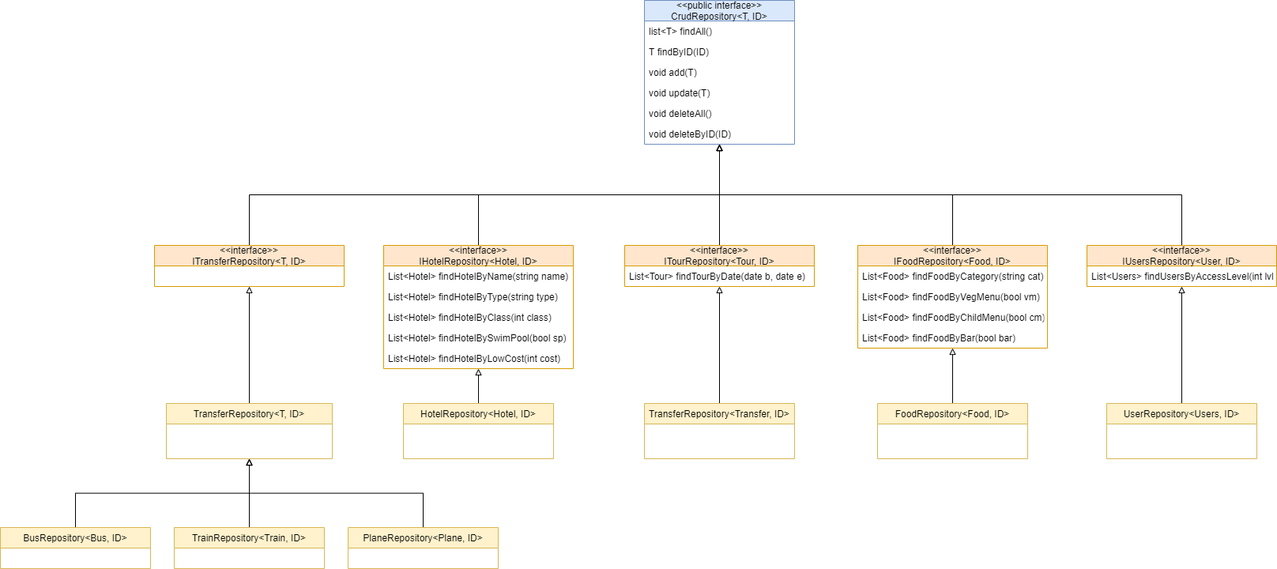
This is lab1/schemas/UML_DB.png from platosha-git/PPO, a draw.io export, as it was before one commit. Source tidied: cells renumbered, new cells last; positions are measured from the earlier drawing's top-left corner, leaving out a move shared by most shapes.
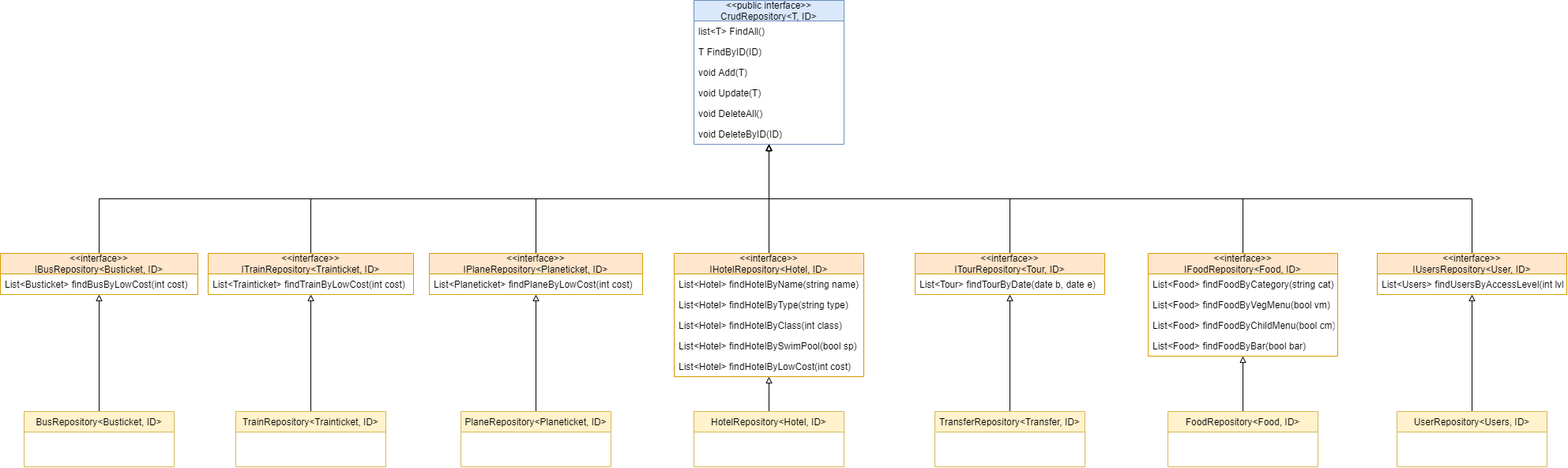
Later version of the same file.

Diff of the diagram source:
```diff
@@ -3,24 +3,24 @@
     <mxCell id="0" />
     <mxCell id="1" parent="0" />
     <mxCell id="2" value="&lt;&lt;public interface&gt;&gt;&#10;CrudRepository&lt;T, ID&gt;" style="swimlane;fontStyle=0;horizontal=1;startSize=26;fillColor=#dae8fc;strokeColor=#6c8ebf;" parent="1" vertex="1">
-      <mxGeometry x="815" width="190" height="182" as="geometry" />
+      <mxGeometry x="510" y="-10" width="190" height="182" as="geometry" />
     </mxCell>
-    <mxCell id="3" value="list&lt;T&gt; findAll()" style="text;strokeColor=none;fillColor=none;align=left;verticalAlign=top;spacingLeft=4;spacingRight=4;overflow=hidden;" parent="2" vertex="1">
+    <mxCell id="3" value="list&lt;T&gt; FindAll()" style="text;strokeColor=none;fillColor=none;align=left;verticalAlign=top;spacingLeft=4;spacingRight=4;overflow=hidden;" parent="2" vertex="1">
       <mxGeometry y="26" width="190" height="26" as="geometry" />
     </mxCell>
-    <mxCell id="4" value="T findByID(ID)" style="text;strokeColor=none;fillColor=none;align=left;verticalAlign=top;spacingLeft=4;spacingRight=4;overflow=hidden;" parent="2" vertex="1">
+    <mxCell id="4" value="T FindByID(ID)" style="text;strokeColor=none;fillColor=none;align=left;verticalAlign=top;spacingLeft=4;spacingRight=4;overflow=hidden;" parent="2" vertex="1">
       <mxGeometry y="52" width="190" height="26" as="geometry" />
     </mxCell>
-    <mxCell id="5" value="void add(T)" style="text;strokeColor=none;fillColor=none;align=left;verticalAlign=top;spacingLeft=4;spacingRight=4;overflow=hidden;" parent="2" vertex="1">
+    <mxCell id="5" value="void Add(T)" style="text;strokeColor=none;fillColor=none;align=left;verticalAlign=top;spacingLeft=4;spacingRight=4;overflow=hidden;" parent="2" vertex="1">
       <mxGeometry y="78" width="190" height="26" as="geometry" />
     </mxCell>
-    <mxCell id="6" value="void update(T)" style="text;strokeColor=none;fillColor=none;align=left;verticalAlign=top;spacingLeft=4;spacingRight=4;overflow=hidden;" parent="2" vertex="1">
+    <mxCell id="6" value="void Update(T)" style="text;strokeColor=none;fillColor=none;align=left;verticalAlign=top;spacingLeft=4;spacingRight=4;overflow=hidden;" parent="2" vertex="1">
       <mxGeometry y="104" width="190" height="26" as="geometry" />
     </mxCell>
-    <mxCell id="7" value="void deleteAll()" style="text;strokeColor=none;fillColor=none;align=left;verticalAlign=top;spacingLeft=4;spacingRight=4;overflow=hidden;" parent="2" vertex="1">
+    <mxCell id="7" value="void DeleteAll()" style="text;strokeColor=none;fillColor=none;align=left;verticalAlign=top;spacingLeft=4;spacingRight=4;overflow=hidden;" parent="2" vertex="1">
       <mxGeometry y="130" width="190" height="26" as="geometry" />
     </mxCell>
-    <mxCell id="8" value="void deleteByID(ID)" style="text;strokeColor=none;fillColor=none;align=left;verticalAlign=top;spacingLeft=4;spacingRight=4;overflow=hidden;" parent="2" vertex="1">
+    <mxCell id="8" value="void DeleteByID(ID)" style="text;strokeColor=none;fillColor=none;align=left;verticalAlign=top;spacingLeft=4;spacingRight=4;overflow=hidden;" parent="2" vertex="1">
       <mxGeometry y="156" width="190" height="26" as="geometry" />
     </mxCell>
     <mxCell id="9" style="edgeStyle=orthogonalEdgeStyle;rounded=0;jettySize=auto;html=1;exitX=0.5;exitY=0;exitDx=0;exitDy=0;endArrow=block;endFill=0;" parent="1" edge="1" source="10" target="2">
@@ -74,65 +74,80 @@
     <mxCell id="25" style="edgeStyle=orthogonalEdgeStyle;rounded=0;jettySize=auto;html=1;exitX=0.5;exitY=0;exitDx=0;exitDy=0;entryX=0.5;entryY=1;entryDx=0;entryDy=0;endArrow=block;endFill=0;" parent="1" edge="1" source="26" target="2">
       <mxGeometry relative="1" as="geometry" />
     </mxCell>
-    <mxCell id="26" value="&lt;&lt;interface&gt;&gt;&#10;ITransferRepository&lt;T, ID&gt;" style="swimlane;fontStyle=0;horizontal=1;startSize=26;fillColor=#ffe6cc;strokeColor=#d79b00;" parent="1" vertex="1">
-      <mxGeometry x="195" y="310" width="240" height="52" as="geometry" />
+    <mxCell id="26" value="&lt;&lt;interface&gt;&gt;&#10;IPlaneRepository&lt;Planeticket, ID&gt;" style="swimlane;fontStyle=0;horizontal=1;startSize=26;fillColor=#ffe6cc;strokeColor=#d79b00;" parent="1" vertex="1">
+      <mxGeometry x="175" y="310" width="270" height="52" as="geometry" />
     </mxCell>
-    <mxCell id="27" style="edgeStyle=orthogonalEdgeStyle;rounded=0;jettySize=auto;html=1;exitX=0.5;exitY=0;exitDx=0;exitDy=0;entryX=0.5;entryY=1;entryDx=0;entryDy=0;endArrow=block;endFill=0;" parent="1" edge="1" source="28" target="2">
-      <mxGeometry relative="1" as="geometry" />
+    <mxCell id="27" value="List&lt;Planeticket&gt; findPlaneByLowCost(int cost)" style="text;strokeColor=none;fillColor=none;align=left;verticalAlign=top;spacingLeft=4;spacingRight=4;overflow=hidden;" parent="26" vertex="1">
+      <mxGeometry y="26" width="270" height="26" as="geometry" />
     </mxCell>
-    <mxCell id="28" value="&lt;&lt;interface&gt;&gt;&#10;IUsersRepository&lt;User, ID&gt;" style="swimlane;fontStyle=0;horizontal=1;startSize=26;fillColor=#ffe6cc;strokeColor=#d79b00;" parent="1" vertex="1">
-      <mxGeometry x="1375" y="310" width="240" height="52" as="geometry" />
+    <mxCell id="28" style="edgeStyle=orthogonalEdgeStyle;rounded=0;jettySize=auto;html=1;exitX=0.5;exitY=0;exitDx=0;exitDy=0;entryX=0.5;entryY=1;entryDx=0;entryDy=0;endArrow=block;endFill=0;" parent="1" edge="1" source="29" target="2">
+      <mxGeometry relative="1" as="geometry" />
     </mxCell>
-    <mxCell id="29" value="List&lt;Users&gt; findUsersByAccessLevel(int lvl)" style="text;strokeColor=none;fillColor=none;align=left;verticalAlign=top;spacingLeft=4;spacingRight=4;overflow=hidden;points=[[0,0.5],[1,0.5]];portConstraint=eastwest;" parent="28" vertex="1">
-      <mxGeometry y="26" width="240" height="26" as="geometry" />
+    <mxCell id="29" value="&lt;&lt;interface&gt;&gt;&#10;IUsersRepository&lt;User, ID&gt;" style="swimlane;fontStyle=0;horizontal=1;startSize=26;fillColor=#ffe6cc;strokeColor=#d79b00;" parent="1" vertex="1">
+      <mxGeometry x="1375" y="310" width="240" height="52" as="geometry" />
     </mxCell>
-    <mxCell id="30" style="edgeStyle=orthogonalEdgeStyle;rounded=0;jettySize=auto;html=1;exitX=0.5;exitY=0;exitDx=0;exitDy=0;endArrow=block;endFill=0;" parent="1" edge="1" source="31" target="19">
-      <mxGeometry relative="1" as="geometry" />
+    <mxCell id="30" value="List&lt;Users&gt; findUsersByAccessLevel(int lvl)" style="text;strokeColor=none;fillColor=none;align=left;verticalAlign=top;spacingLeft=4;spacingRight=4;overflow=hidden;" parent="29" vertex="1">
+      <mxGeometry y="26" width="240" height="26" as="geometry" />
     </mxCell>
-    <mxCell id="31" value="HotelRepository&lt;Hotel, ID&gt;" style="swimlane;fontStyle=0;horizontal=1;startSize=26;fillColor=#fff2cc;strokeColor=#d6b656;" parent="1" vertex="1">
-      <mxGeometry x="510" y="510" width="190" height="70" as="geometry" />
+    <mxCell id="31" style="edgeStyle=orthogonalEdgeStyle;rounded=0;jettySize=auto;html=1;exitX=0.5;exitY=0;exitDx=0;exitDy=0;endArrow=block;endFill=0;" parent="1" edge="1" source="32" target="19">
+      <mxGeometry relative="1" as="geometry" />
     </mxCell>
-    <mxCell id="32" style="edgeStyle=orthogonalEdgeStyle;rounded=0;jettySize=auto;html=1;exitX=0.5;exitY=0;exitDx=0;exitDy=0;endArrow=block;endFill=0;" parent="1" edge="1" source="33" target="10">
-      <mxGeometry relative="1" as="geometry" />
+    <mxCell id="32" value="HotelRepository&lt;Hotel, ID&gt;" style="swimlane;fontStyle=0;horizontal=1;startSize=26;fillColor=#fff2cc;strokeColor=#d6b656;" parent="1" vertex="1">
+      <mxGeometry x="510" y="510" width="190" height="70" as="geometry" />
     </mxCell>
-    <mxCell id="33" value="TransferRepository&lt;Transfer, ID&gt;" style="swimlane;fontStyle=0;horizontal=1;startSize=26;fillColor=#fff2cc;strokeColor=#d6b656;" parent="1" vertex="1">
-      <mxGeometry x="815" y="510" width="190" height="70" as="geometry" />
+    <mxCell id="33" style="edgeStyle=orthogonalEdgeStyle;rounded=0;jettySize=auto;html=1;exitX=0.5;exitY=0;exitDx=0;exitDy=0;endArrow=block;endFill=0;" parent="1" edge="1" source="34" target="10">
+      <mxGeometry relative="1" as="geometry" />
     </mxCell>
-    <mxCell id="34" style="edgeStyle=orthogonalEdgeStyle;rounded=0;jettySize=auto;html=1;exitX=0.5;exitY=0;exitDx=0;exitDy=0;endArrow=block;endFill=0;" parent="1" edge="1" source="35" target="13">
-      <mxGeometry relative="1" as="geometry" />
+    <mxCell id="34" value="TransferRepository&lt;Transfer, ID&gt;" style="swimlane;fontStyle=0;horizontal=1;startSize=26;fillColor=#fff2cc;strokeColor=#d6b656;" parent="1" vertex="1">
+      <mxGeometry x="815" y="510" width="190" height="70" as="geometry" />
     </mxCell>
-    <mxCell id="35" value="FoodRepository&lt;Food, ID&gt;" style="swimlane;fontStyle=0;horizontal=1;startSize=26;fillColor=#fff2cc;strokeColor=#d6b656;" parent="1" vertex="1">
-      <mxGeometry x="1110" y="510" width="190" height="70" as="geometry" />
+    <mxCell id="35" style="edgeStyle=orthogonalEdgeStyle;rounded=0;jettySize=auto;html=1;exitX=0.5;exitY=0;exitDx=0;exitDy=0;endArrow=block;endFill=0;" parent="1" edge="1" source="36" target="13">
+      <mxGeometry relative="1" as="geometry" />
     </mxCell>
-    <mxCell id="36" style="edgeStyle=orthogonalEdgeStyle;rounded=0;jettySize=auto;html=1;exitX=0.5;exitY=0;exitDx=0;exitDy=0;endArrow=block;endFill=0;" parent="1" edge="1" source="37" target="28">
-      <mxGeometry relative="1" as="geometry" />
+    <mxCell id="36" value="FoodRepository&lt;Food, ID&gt;" style="swimlane;fontStyle=0;horizontal=1;startSize=26;fillColor=#fff2cc;strokeColor=#d6b656;" parent="1" vertex="1">
+      <mxGeometry x="1110" y="510" width="190" height="70" as="geometry" />
     </mxCell>
-    <mxCell id="37" value="UserRepository&lt;Users, ID&gt;" style="swimlane;fontStyle=0;horizontal=1;startSize=26;fillColor=#fff2cc;strokeColor=#d6b656;" parent="1" vertex="1">
-      <mxGeometry x="1400" y="510" width="190" height="70" as="geometry" />
+    <mxCell id="37" style="edgeStyle=orthogonalEdgeStyle;rounded=0;jettySize=auto;html=1;exitX=0.5;exitY=0;exitDx=0;exitDy=0;endArrow=block;endFill=0;" parent="1" edge="1" source="38" target="29">
+      <mxGeometry relative="1" as="geometry" />
     </mxCell>
-    <mxCell id="38" style="edgeStyle=orthogonalEdgeStyle;rounded=0;jettySize=auto;html=1;exitX=0.5;exitY=0;exitDx=0;exitDy=0;endArrow=block;endFill=0;" parent="1" edge="1" source="39" target="26">
-      <mxGeometry relative="1" as="geometry" />
+    <mxCell id="38" value="UserRepository&lt;Users, ID&gt;" style="swimlane;fontStyle=0;horizontal=1;startSize=26;fillColor=#fff2cc;strokeColor=#d6b656;" parent="1" vertex="1">
+      <mxGeometry x="1400" y="510" width="190" height="70" as="geometry" />
     </mxCell>
-    <mxCell id="39" value="TransferRepository&lt;T, ID&gt;" style="swimlane;fontStyle=0;horizontal=1;startSize=26;fillColor=#fff2cc;strokeColor=#d6b656;" parent="1" vertex="1">
-      <mxGeometry x="210" y="510" width="210" height="70" as="geometry" />
+    <mxCell id="39" style="edgeStyle=orthogonalEdgeStyle;rounded=0;jettySize=auto;html=1;exitX=0.5;exitY=0;exitDx=0;exitDy=0;endArrow=block;endFill=0;" parent="1" edge="1" source="40" target="2">
+      <mxGeometry relative="1" as="geometry" />
     </mxCell>
-    <mxCell id="40" style="edgeStyle=orthogonalEdgeStyle;rounded=0;jettySize=auto;html=1;exitX=0.5;exitY=0;exitDx=0;exitDy=0;endArrow=block;endFill=0;" parent="1" edge="1" source="41" target="39">
-      <mxGeometry relative="1" as="geometry" />
+    <mxCell id="40" value="&lt;&lt;interface&gt;&gt;&#10;ITrainRepository&lt;Trainticket, ID&gt;" style="swimlane;fontStyle=0;horizontal=1;startSize=26;fillColor=#ffe6cc;strokeColor=#d79b00;" parent="1" vertex="1">
+      <mxGeometry x="-105" y="310" width="260" height="52" as="geometry" />
     </mxCell>
-    <mxCell id="41" value="BusRepository&lt;Bus, ID&gt;" style="swimlane;fontStyle=0;horizontal=1;startSize=26;fillColor=#fff2cc;strokeColor=#d6b656;" parent="1" vertex="1">
-      <mxGeometry y="667" width="190" height="52" as="geometry" />
+    <mxCell id="41" value="List&lt;Trainticket&gt; findTrainByLowCost(int cost)" style="text;strokeColor=none;fillColor=none;align=left;verticalAlign=top;spacingLeft=4;spacingRight=4;overflow=hidden;points=[[0,0.5],[1,0.5]];portConstraint=eastwest;" parent="40" vertex="1">
+      <mxGeometry y="26" width="260" height="26" as="geometry" />
     </mxCell>
-    <mxCell id="42" style="edgeStyle=orthogonalEdgeStyle;rounded=0;jettySize=auto;html=1;exitX=0.5;exitY=0;exitDx=0;exitDy=0;endArrow=block;endFill=0;" parent="1" edge="1" source="43" target="39">
+    <mxCell id="42" style="edgeStyle=orthogonalEdgeStyle;rounded=0;jettySize=auto;html=1;exitX=0.5;exitY=0;exitDx=0;exitDy=0;endArrow=block;endFill=0;" parent="1" edge="1" source="43" target="2">
       <mxGeometry relative="1" as="geometry" />
     </mxCell>
-    <mxCell id="43" value="TrainRepository&lt;Train, ID&gt;" style="swimlane;fontStyle=0;horizontal=1;startSize=26;fillColor=#fff2cc;strokeColor=#d6b656;" parent="1" vertex="1">
-      <mxGeometry x="220" y="667" width="190" height="52" as="geometry" />
+    <mxCell id="43" value="&lt;&lt;interface&gt;&gt;&#10;IBusRepository&lt;Busticket, ID&gt;" style="swimlane;fontStyle=0;horizontal=1;startSize=26;fillColor=#ffe6cc;strokeColor=#d79b00;" parent="1" vertex="1">
+      <mxGeometry x="-368" y="310" width="250" height="52" as="geometry" />
     </mxCell>
-    <mxCell id="44" style="edgeStyle=orthogonalEdgeStyle;rounded=0;jettySize=auto;html=1;exitX=0.5;exitY=0;exitDx=0;exitDy=0;endArrow=block;endFill=0;" parent="1" edge="1" source="45" target="39">
-      <mxGeometry relative="1" as="geometry" />
+    <mxCell id="44" value="List&lt;Busticket&gt; findBusByLowCost(int cost)" style="text;strokeColor=none;fillColor=none;align=left;verticalAlign=top;spacingLeft=4;spacingRight=4;overflow=hidden;" parent="43" vertex="1">
+      <mxGeometry y="26" width="250" height="26" as="geometry" />
     </mxCell>
-    <mxCell id="45" value="PlaneRepository&lt;Plane, ID&gt;" style="swimlane;fontStyle=0;horizontal=1;startSize=26;fillColor=#fff2cc;strokeColor=#d6b656;" parent="1" vertex="1">
-      <mxGeometry x="440" y="667" width="190" height="52" as="geometry" />
+    <mxCell id="45" style="edgeStyle=orthogonalEdgeStyle;rounded=0;jettySize=auto;html=1;exitX=0.5;exitY=0;exitDx=0;exitDy=0;endArrow=block;endFill=0;" parent="1" edge="1" source="46" target="26">
+      <mxGeometry relative="1" as="geometry" />
     </mxCell>
+    <mxCell id="46" value="PlaneRepository&lt;Planeticket, ID&gt;" style="swimlane;fontStyle=0;horizontal=1;startSize=26;fillColor=#fff2cc;strokeColor=#d6b656;" parent="1" vertex="1">
+      <mxGeometry x="215" y="510" width="190" height="70" as="geometry" />
+    </mxCell>
+    <mxCell id="47" style="edgeStyle=orthogonalEdgeStyle;rounded=0;jettySize=auto;html=1;exitX=0.5;exitY=0;exitDx=0;exitDy=0;endArrow=block;endFill=0;" parent="1" edge="1" source="48" target="40">
+      <mxGeometry relative="1" as="geometry" />
+    </mxCell>
+    <mxCell id="48" value="TrainRepository&lt;Trainticket, ID&gt;" style="swimlane;fontStyle=0;horizontal=1;startSize=26;fillColor=#fff2cc;strokeColor=#d6b656;" parent="1" vertex="1">
+      <mxGeometry x="-70" y="510" width="190" height="70" as="geometry" />
+    </mxCell>
+    <mxCell id="49" style="edgeStyle=orthogonalEdgeStyle;rounded=0;jettySize=auto;html=1;exitX=0.5;exitY=0;exitDx=0;exitDy=0;endArrow=block;endFill=0;" parent="1" edge="1" source="50" target="43">
+      <mxGeometry relative="1" as="geometry" />
+    </mxCell>
+    <mxCell id="50" value="BusRepository&lt;Busticket, ID&gt;" style="swimlane;fontStyle=0;horizontal=1;startSize=26;fillColor=#fff2cc;strokeColor=#d6b656;" parent="1" vertex="1">
+      <mxGeometry x="-338" y="510" width="190" height="70" as="geometry" />
+    </mxCell>
   </root>
 </mxGraphModel>
```
